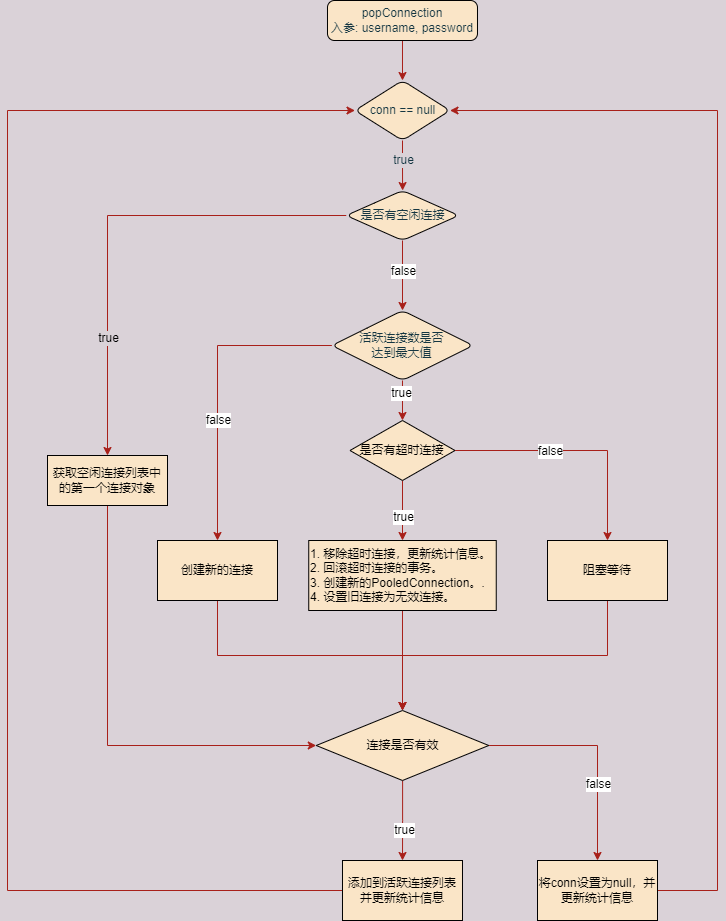
Earlier version of the draw.io export wzz-mybatis/PooledDataSource_popConnection.drawio.png (wsxzei/markdown-photos). Source tidied: cells renumbered, new cells last; positions are measured from the earlier drawing's top-left corner, leaving out a move shared by most shapes.
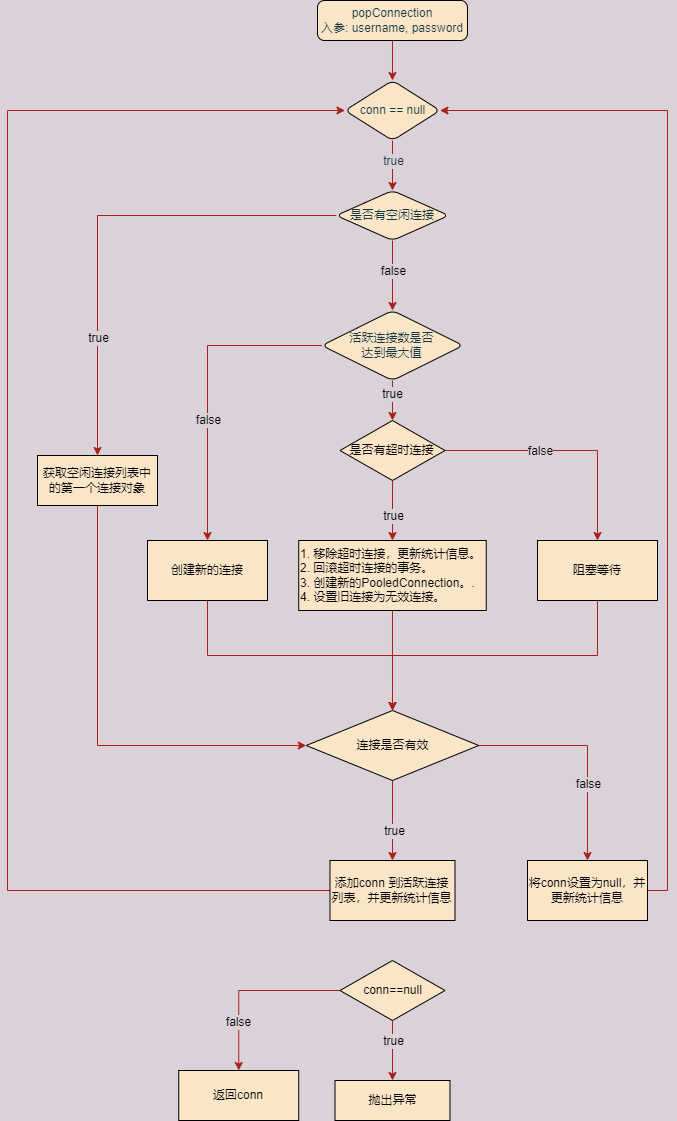
After the change.

The edit, as a diff of the source:
```diff
@@ -30,7 +30,7 @@
     <mxCell id="9" style="edgeStyle=orthogonalEdgeStyle;rounded=0;jettySize=auto;html=1;fontColor=#000000;strokeColor=#A8201A;fillColor=#FAE5C7;" parent="1" edge="1" source="11" target="18">
       <mxGeometry relative="1" as="geometry" />
     </mxCell>
-    <mxCell id="10" value="false" style="edgeLabel;html=1;align=center;verticalAlign=middle;fontColor=#000000;" parent="9" vertex="1">
+    <mxCell id="10" value="false" style="edgeLabel;html=1;align=center;verticalAlign=middle;fontColor=#000000;labelBackgroundColor=#DAD2D8;" parent="9" vertex="1">
       <mxGeometry x="0.24" y="1" relative="1" as="geometry">
         <mxPoint x="-1" y="-13" as="offset" />
       </mxGeometry>
@@ -47,7 +47,7 @@
     <mxCell id="14" style="edgeStyle=orthogonalEdgeStyle;rounded=0;jettySize=auto;html=1;exitX=0;exitY=0.5;exitDx=0;exitDy=0;fontColor=#000000;strokeColor=#A8201A;fillColor=#FAE5C7;" parent="1" edge="1" source="18" target="20">
       <mxGeometry relative="1" as="geometry" />
     </mxCell>
-    <mxCell id="15" value="false" style="edgeLabel;html=1;align=center;verticalAlign=middle;fontColor=#000000;" parent="14" vertex="1">
+    <mxCell id="15" value="false" style="edgeLabel;html=1;align=center;verticalAlign=middle;fontColor=#000000;labelBackgroundColor=#DAD2D8;" parent="14" vertex="1">
       <mxGeometry x="-0.25" y="2" relative="1" as="geometry">
         <mxPoint x="-2" y="74" as="offset" />
       </mxGeometry>
@@ -55,7 +55,7 @@
     <mxCell id="16" style="edgeStyle=orthogonalEdgeStyle;rounded=0;jettySize=auto;html=1;exitX=0.5;exitY=1;exitDx=0;exitDy=0;fontColor=#000000;strokeColor=#A8201A;fillColor=#FAE5C7;entryX=0.5;entryY=0;entryDx=0;entryDy=0;entryPerimeter=0;" parent="1" edge="1" source="18" target="25">
       <mxGeometry relative="1" as="geometry" />
     </mxCell>
-    <mxCell id="17" value="true" style="edgeLabel;html=1;align=center;verticalAlign=middle;fontColor=#000000;" parent="16" vertex="1">
+    <mxCell id="17" value="true" style="edgeLabel;html=1;align=center;verticalAlign=middle;fontColor=#000000;labelBackgroundColor=#DAD2D8;" parent="16" vertex="1">
       <mxGeometry x="-0.34" y="-1" relative="1" as="geometry" />
     </mxCell>
     <mxCell id="18" value="活跃连接数是否&lt;br&gt;达到最大值" style="rhombus;whiteSpace=wrap;html=1;fillColor=#FAE5C7;fontColor=#143642;rounded=1;arcSize=14;strokeWidth=1;" parent="1" vertex="1">
@@ -70,13 +70,13 @@
     <mxCell id="21" style="edgeStyle=orthogonalEdgeStyle;rounded=0;jettySize=auto;html=1;fontColor=#000000;strokeColor=#A8201A;fillColor=#FAE5C7;" parent="1" edge="1" source="25" target="27">
       <mxGeometry relative="1" as="geometry" />
     </mxCell>
-    <mxCell id="22" value="true" style="edgeLabel;html=1;align=center;verticalAlign=middle;fontColor=#000000;" parent="21" vertex="1">
+    <mxCell id="22" value="true" style="edgeLabel;html=1;align=center;verticalAlign=middle;fontColor=#000000;labelBackgroundColor=#DAD2D8;" parent="21" vertex="1">
       <mxGeometry x="0.18" relative="1" as="geometry" />
     </mxCell>
     <mxCell id="23" style="edgeStyle=orthogonalEdgeStyle;rounded=0;jettySize=auto;html=1;fontColor=#000000;strokeColor=#A8201A;fillColor=#FAE5C7;" parent="1" edge="1" source="25" target="29">
       <mxGeometry relative="1" as="geometry" />
     </mxCell>
-    <mxCell id="24" value="false" style="edgeLabel;html=1;align=center;verticalAlign=middle;fontColor=#000000;" parent="23" vertex="1">
+    <mxCell id="24" value="false" style="edgeLabel;html=1;align=center;verticalAlign=middle;fontColor=#000000;labelBackgroundColor=#DAD2D8;" parent="23" vertex="1">
       <mxGeometry x="-0.23" relative="1" as="geometry">
         <mxPoint x="1" as="offset" />
       </mxGeometry>
@@ -99,13 +99,13 @@
     <mxCell id="30" style="edgeStyle=orthogonalEdgeStyle;rounded=0;jettySize=auto;html=1;fontColor=#000000;strokeColor=#A8201A;fillColor=#FAE5C7;" parent="1" edge="1" source="34" target="36">
       <mxGeometry relative="1" as="geometry" />
     </mxCell>
-    <mxCell id="31" value="true" style="edgeLabel;html=1;align=center;verticalAlign=middle;fontColor=#000000;" parent="30" vertex="1">
+    <mxCell id="31" value="true" style="edgeLabel;html=1;align=center;verticalAlign=middle;fontColor=#000000;labelBackgroundColor=#DAD2D8;" parent="30" vertex="1">
       <mxGeometry x="0.24" y="1" relative="1" as="geometry" />
     </mxCell>
     <mxCell id="32" style="edgeStyle=orthogonalEdgeStyle;rounded=0;jettySize=auto;html=1;fontColor=#000000;strokeColor=#A8201A;fillColor=#FAE5C7;" parent="1" edge="1" source="34" target="38">
       <mxGeometry relative="1" as="geometry" />
     </mxCell>
-    <mxCell id="33" value="false" style="edgeLabel;html=1;align=center;verticalAlign=middle;fontColor=#000000;" parent="32" vertex="1">
+    <mxCell id="33" value="false" style="edgeLabel;html=1;align=center;verticalAlign=middle;fontColor=#000000;labelBackgroundColor=#DAD2D8;" parent="32" vertex="1">
       <mxGeometry x="0.32" relative="1" as="geometry" />
     </mxCell>
     <mxCell id="34" value="连接是否有效" style="strokeWidth=1;html=1;shape=mxgraph.flowchart.decision;whiteSpace=wrap;shadow=0;labelBackgroundColor=none;fontColor=#000000;fillColor=#FAE5C7;" parent="1" vertex="1">
@@ -114,24 +114,42 @@
     <mxCell id="35" style="edgeStyle=orthogonalEdgeStyle;rounded=0;jettySize=auto;html=1;exitX=0;exitY=0.5;exitDx=0;exitDy=0;entryX=0;entryY=0.5;entryDx=0;entryDy=0;fontColor=#000000;strokeColor=#A8201A;fillColor=#FAE5C7;" parent="1" edge="1" source="36" target="6">
       <mxGeometry relative="1" as="geometry">
         <Array as="points">
-          <mxPoint y="890" />
-          <mxPoint y="110" />
+          <mxPoint x="10" y="890" />
+          <mxPoint x="10" y="110" />
         </Array>
       </mxGeometry>
     </mxCell>
-    <mxCell id="36" value="添加到活跃连接列表&lt;br&gt;并更新统计信息" style="whiteSpace=wrap;html=1;fillColor=#FAE5C7;fontColor=#000000;strokeWidth=1;shadow=0;labelBackgroundColor=none;" parent="1" vertex="1">
-      <mxGeometry x="335" y="860" width="120" height="60" as="geometry" />
+    <mxCell id="36" value="添加conn 到活跃连接列表，并更新统计信息" style="whiteSpace=wrap;html=1;fillColor=#FAE5C7;fontColor=#000000;strokeWidth=1;shadow=0;labelBackgroundColor=none;" parent="1" vertex="1">
+      <mxGeometry x="332.5" y="860" width="125" height="60" as="geometry" />
     </mxCell>
     <mxCell id="37" style="edgeStyle=orthogonalEdgeStyle;rounded=0;jettySize=auto;html=1;exitX=1;exitY=0.5;exitDx=0;exitDy=0;entryX=1;entryY=0.5;entryDx=0;entryDy=0;fontColor=#000000;strokeColor=#A8201A;fillColor=#FAE5C7;" parent="1" edge="1" source="38" target="6">
-      <mxGeometry relative="1" as="geometry">
-        <Array as="points">
-          <mxPoint x="710" y="890" />
-          <mxPoint x="710" y="110" />
-        </Array>
-      </mxGeometry>
+      <mxGeometry relative="1" as="geometry" />
     </mxCell>
     <mxCell id="38" value="将conn设置为null，并更新统计信息" style="whiteSpace=wrap;html=1;fillColor=#FAE5C7;fontColor=#000000;strokeWidth=1;shadow=0;labelBackgroundColor=none;" parent="1" vertex="1">
       <mxGeometry x="530" y="860" width="120" height="60" as="geometry" />
     </mxCell>
+    <mxCell id="39" style="edgeStyle=orthogonalEdgeStyle;rounded=0;jettySize=auto;html=1;fontColor=#000000;strokeColor=#A8201A;fillColor=#FAE5C7;" parent="1" edge="1" source="43" target="44">
+      <mxGeometry relative="1" as="geometry" />
+    </mxCell>
+    <mxCell id="40" value="true" style="edgeLabel;html=1;align=center;verticalAlign=middle;fontColor=#000000;labelBackgroundColor=#DAD2D8;" parent="39" vertex="1">
+      <mxGeometry x="0.21" relative="1" as="geometry">
+        <mxPoint y="-16" as="offset" />
+      </mxGeometry>
+    </mxCell>
+    <mxCell id="41" style="edgeStyle=orthogonalEdgeStyle;rounded=0;jettySize=auto;html=1;fontColor=#000000;strokeColor=#A8201A;fillColor=#FAE5C7;" parent="1" edge="1" source="43" target="45">
+      <mxGeometry relative="1" as="geometry" />
+    </mxCell>
+    <mxCell id="42" value="false" style="edgeLabel;html=1;align=center;verticalAlign=middle;fontColor=#000000;labelBackgroundColor=#DAD2D8;" parent="41" vertex="1">
+      <mxGeometry x="0.47" y="-1" relative="1" as="geometry" />
+    </mxCell>
+    <mxCell id="43" value="conn==null" style="strokeWidth=1;html=1;shape=mxgraph.flowchart.decision;whiteSpace=wrap;shadow=0;labelBackgroundColor=none;fontColor=#000000;fillColor=#FAE5C7;" parent="1" vertex="1">
+      <mxGeometry x="342.5" y="960" width="105" height="60" as="geometry" />
+    </mxCell>
+    <mxCell id="44" value="抛出异常" style="whiteSpace=wrap;html=1;fillColor=#FAE5C7;fontColor=#000000;strokeWidth=1;shadow=0;labelBackgroundColor=none;" parent="1" vertex="1">
+      <mxGeometry x="337.5" y="1080" width="115" height="40" as="geometry" />
+    </mxCell>
+    <mxCell id="45" value="返回conn" style="whiteSpace=wrap;html=1;fillColor=#FAE5C7;fontColor=#000000;strokeWidth=1;shadow=0;labelBackgroundColor=none;" parent="1" vertex="1">
+      <mxGeometry x="181.2" y="1070" width="120" height="50" as="geometry" />
+    </mxCell>
   </root>
 </mxGraphModel>
```
